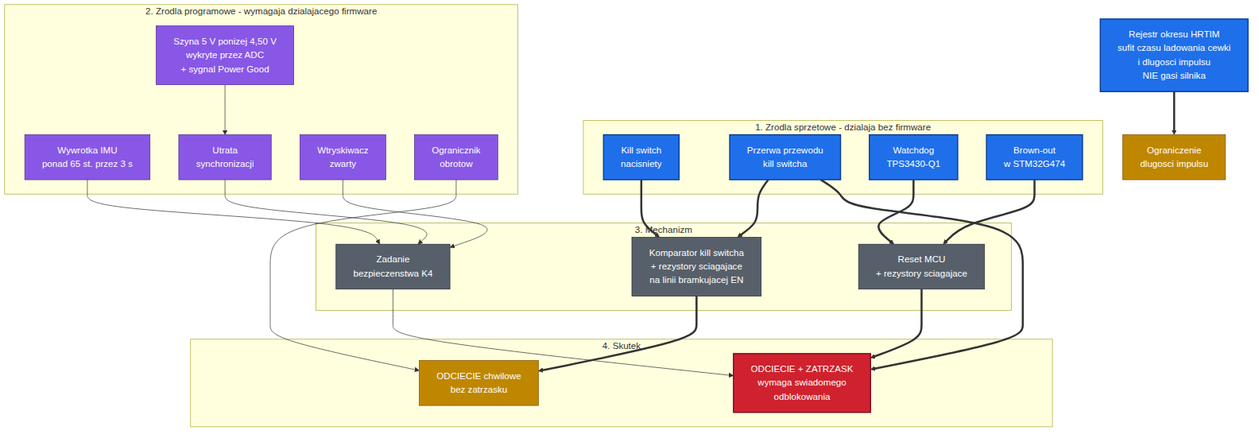
Earlier version of the Mermaid export diagrams/diagram-bezpieczenstwa.png (DustWorx/DustONE-project-docs). Its source is kept beside it as diagrams/diagram-bezpieczenstwa.mermaid. Its diagram source:
```mermaid

flowchart TB

    subgraph HW["1. Zrodla sprzetowe - dzialaja bez firmware"]
        direction LR
        KS_PRESS["Kill switch<br/>nacisniety"]
        KS_BREAK["Przerwa przewodu<br/>kill switcha"]
        WDG["Watchdog<br/>TPS3430-Q1"]
        BOR["Brown-out<br/>w STM32G474"]
    end

    subgraph FWS["2. Zrodla programowe - wymagaja dzialajacego firmware"]
        direction LR
        IMU_F["Wywrotka IMU<br/>ponad 65 st. przez 3 s"]
        SYNC["Utrata<br/>synchronizacji"]
        INJ_S["Wtryskiwacz<br/>zwarty"]
        RAIL["Szyna 5 V ponizej 4,50 V<br/>wykryte przez ADC<br/>+ sygnal Power Good"]
        REV["Ogranicznik<br/>obrotow"]
    end

    subgraph MECH["3. Mechanizm"]
        direction LR
        CMP["Komparator kill switcha<br/>+ rezystory sciagajace<br/>na linii bramkujacej EN"]
        RST["Reset MCU<br/>+ rezystory sciagajace"]
        FWT["Zadanie<br/>bezpieczenstwa K4"]
    end

    subgraph OUT["4. Skutek"]
        direction LR
        CUT_L["ODCIECIE + ZATRZASK<br/>wymaga swiadomego<br/>odblokowania"]
        CUT_T["ODCIECIE chwilowe<br/>bez zatrzasku"]
    end

    KS_PRESS ==> CMP
    KS_BREAK ==> CMP
    WDG ==> RST
    BOR ==> RST

    RAIL --> SYNC
    IMU_F --> FWT
    SYNC --> FWT
    INJ_S --> FWT

    CMP ==> CUT_T
    KS_BREAK ==> CUT_L
    RST ==> CUT_L
    FWT --> CUT_L
    REV --> CUT_T

    HRT["Rejestr okresu HRTIM<br/>sufit czasu ladowania cewki<br/>i dlugosci impulsu<br/>NIE gasi silnika"]
    HRT ==> LIMIT["Ograniczenie<br/>dlugosci impulsu"]

    classDef hw fill:#1f6feb,stroke:#0b3d91,color:#ffffff,stroke-width:2px
    classDef fw fill:#8957e5,stroke:#4c2889,color:#ffffff
    classDef mech fill:#57606a,stroke:#24292f,color:#ffffff
    classDef latch fill:#cf222e,stroke:#82071e,color:#ffffff,stroke-width:2px
    classDef soft fill:#bf8700,stroke:#7d4e00,color:#ffffff

    class KS_PRESS,KS_BREAK,WDG,BOR,HRT hw
    class IMU_F,SYNC,INJ_S,RAIL,REV fw
    class CMP,RST,FWT mech
    class CUT_L latch
    class CUT_T,LIMIT soft
```
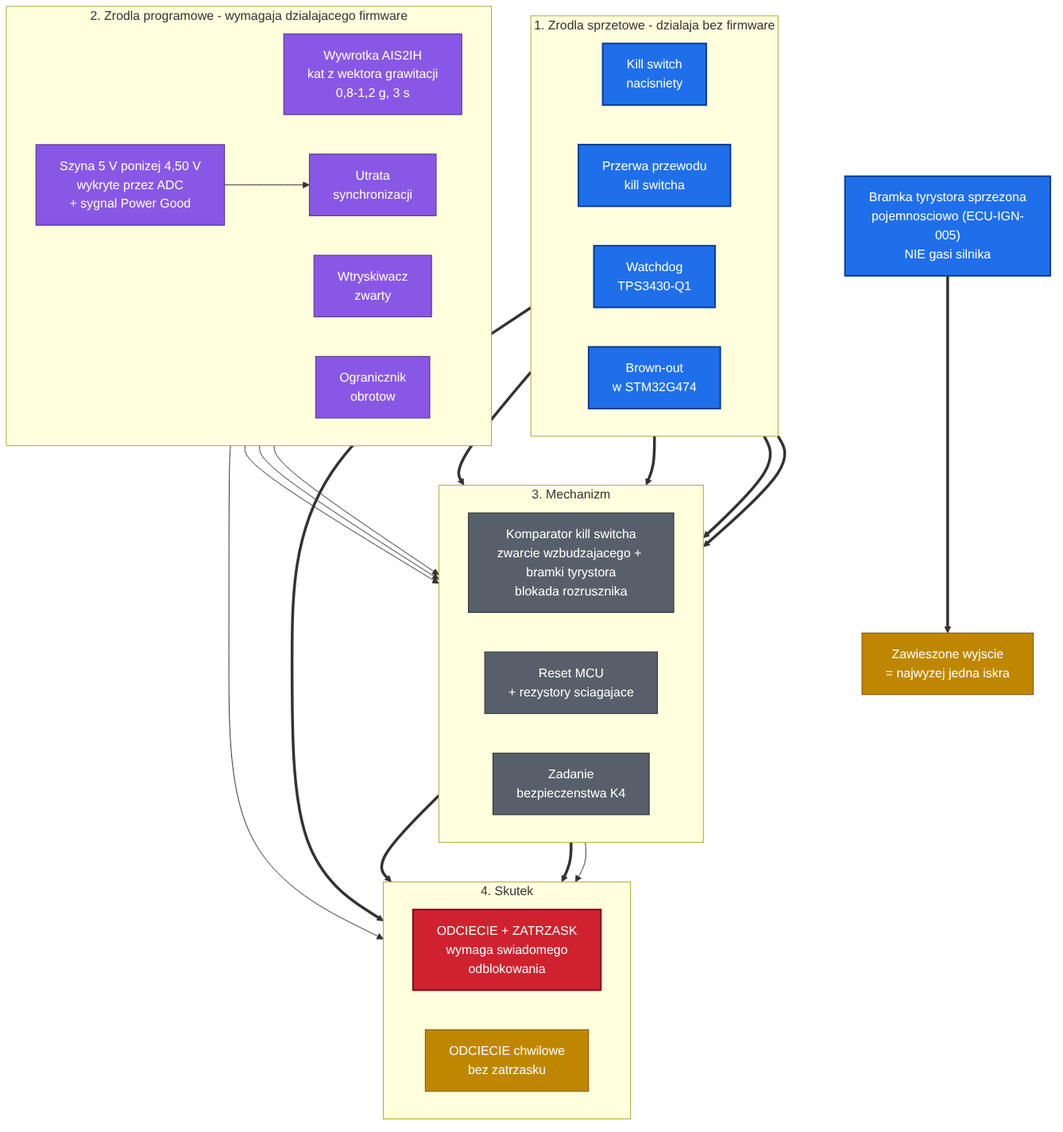
After the commit.

What changed in the source:
```diff
@@ -11,7 +11,7 @@
 
     subgraph FWS["2. Zrodla programowe - wymagaja dzialajacego firmware"]
         direction LR
-        IMU_F["Wywrotka IMU<br/>ponad 65 st. przez 3 s"]
+        IMU_F["Wywrotka AIS2IH<br/>kat z wektora grawitacji<br/>0,8-1,2 g, 3 s"]
         SYNC["Utrata<br/>synchronizacji"]
         INJ_S["Wtryskiwacz<br/>zwarty"]
         RAIL["Szyna 5 V ponizej 4,50 V<br/>wykryte przez ADC<br/>+ sygnal Power Good"]
@@ -20,7 +20,7 @@
 
     subgraph MECH["3. Mechanizm"]
         direction LR
-        CMP["Komparator kill switcha<br/>+ rezystory sciagajace<br/>na linii bramkujacej EN"]
+        CMP["Komparator kill switcha<br/>zwarcie wzbudzajacego + bramki tyrystora<br/>blokada rozrusznika"]
         RST["Reset MCU<br/>+ rezystory sciagajace"]
         FWT["Zadanie<br/>bezpieczenstwa K4"]
     end
@@ -47,8 +47,8 @@
     FWT --> CUT_L
     REV --> CUT_T
 
-    HRT["Rejestr okresu HRTIM<br/>sufit czasu ladowania cewki<br/>i dlugosci impulsu<br/>NIE gasi silnika"]
-    HRT ==> LIMIT["Ograniczenie<br/>dlugosci impulsu"]
+    HRT["Bramka tyrystora sprzezona<br/>pojemnosciowo (ECU-IGN-005)<br/>NIE gasi silnika"]
+    HRT ==> LIMIT["Zawieszone wyjscie<br/>= najwyzej jedna iskra"]
 
     classDef hw fill:#1f6feb,stroke:#0b3d91,color:#ffffff,stroke-width:2px
     classDef fw fill:#8957e5,stroke:#4c2889,color:#ffffff
```
